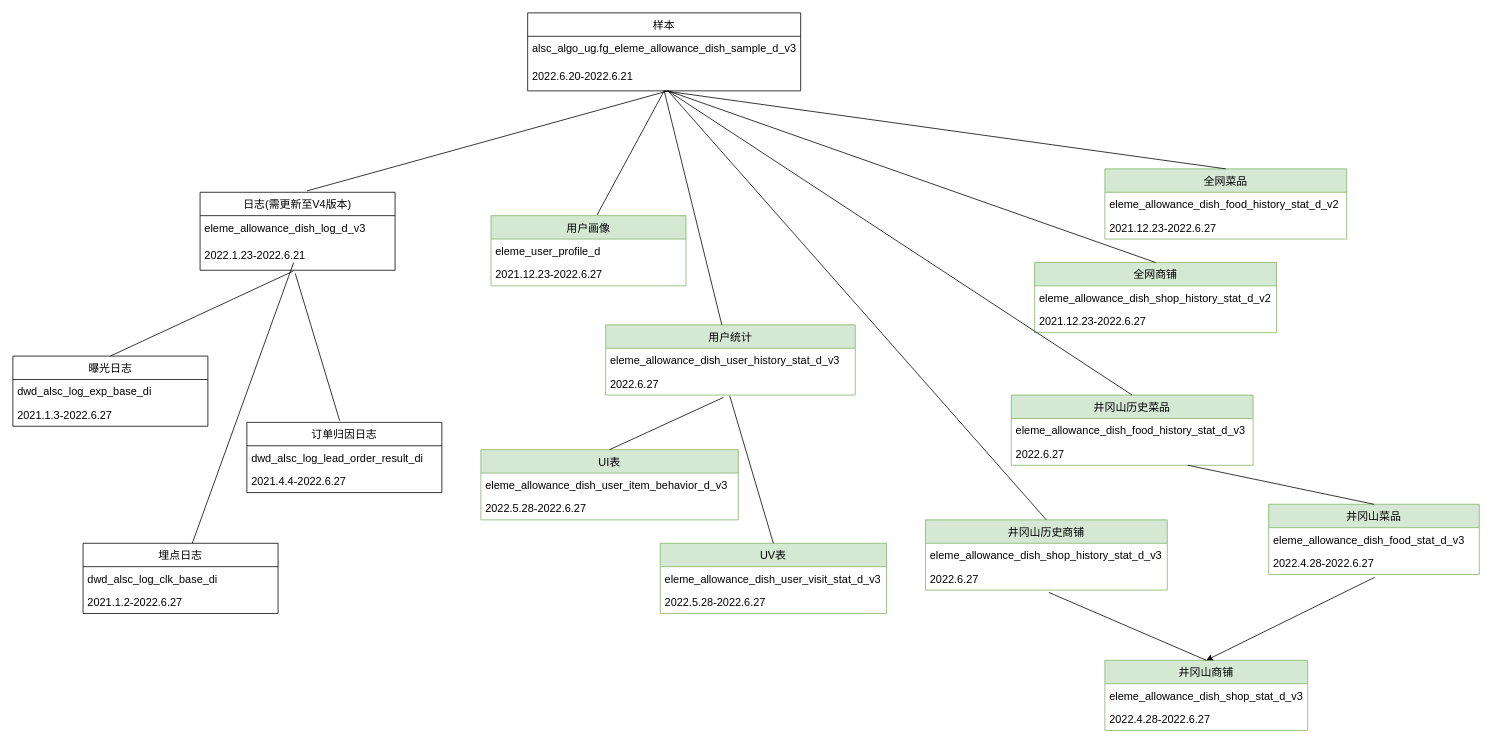
Xiaohu-D/- keeps this draw.io diagram as 链路更新.drawio. Above is the earlier version. Source tidied: cells renumbered, new cells numbered last; positions are measured from the earlier drawing's top-left corner, leaving out a move shared by most shapes. Both pictures are drawn from the tidied source at 78%, with x=0, y=0 at pixel (12, 12).
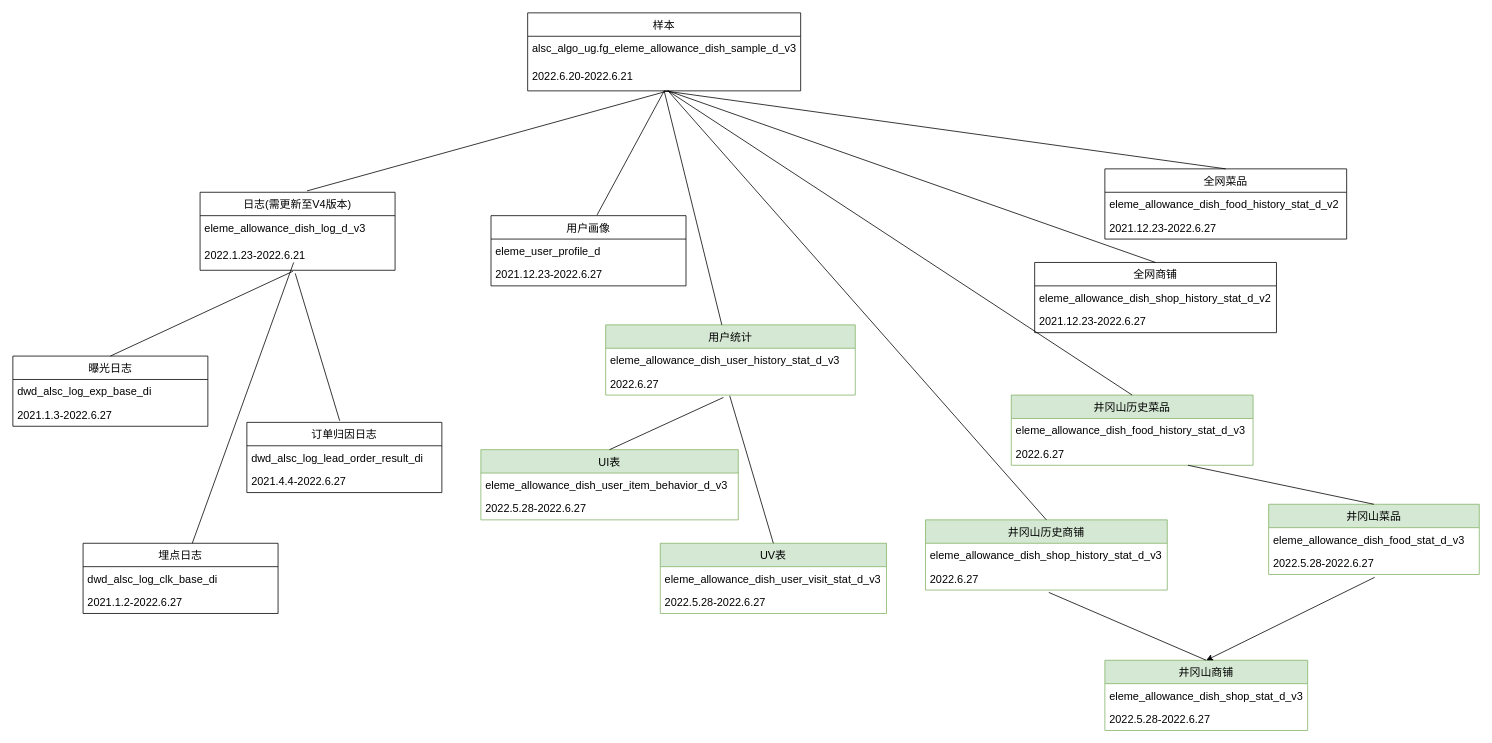
The same page after the edit.

Unchanged cells that the change refers to:
```xml
<mxCell id="50" value="井冈山菜品" style="swimlane;fontStyle=0;horizontal=1;startSize=30;fontSize=14;fillColor=#d5e8d4;strokeColor=#82b366;" parent="1" vertex="1">
  <mxGeometry x="1610" y="630" width="270" height="90" as="geometry" />
</mxCell>
<mxCell id="53" value="井冈山商铺" style="swimlane;fontStyle=0;horizontal=1;startSize=30;fontSize=14;fillColor=#d5e8d4;strokeColor=#82b366;" parent="1" vertex="1">
  <mxGeometry x="1400" y="830" width="260" height="90" as="geometry" />
</mxCell>
```

The edit, as a diff of the source:
```diff
@@
-    <mxCell id="22" value="用户画像" style="swimlane;fontStyle=0;horizontal=1;startSize=30;fontSize=14;fillColor=#d5e8d4;strokeColor=#82b366;" parent="1" vertex="1">
+    <mxCell id="22" value="用户画像" style="swimlane;fontStyle=0;horizontal=1;startSize=30;fontSize=14;" parent="1" vertex="1">
       <mxGeometry x="613" y="260" width="250" height="90" as="geometry" />
     </mxCell>
@@
-    <mxCell id="40" value="全网菜品" style="swimlane;fontStyle=0;horizontal=1;startSize=30;fontSize=14;fillColor=#d5e8d4;strokeColor=#82b366;" parent="1" vertex="1">
+    <mxCell id="40" value="全网菜品" style="swimlane;fontStyle=0;horizontal=1;startSize=30;fontSize=14;" parent="1" vertex="1">
       <mxGeometry x="1400" y="200" width="310" height="90" as="geometry" />
     </mxCell>
@@
-    <mxCell id="43" value="全网商铺" style="swimlane;fontStyle=0;horizontal=1;startSize=30;fontSize=14;fillColor=#d5e8d4;strokeColor=#82b366;" parent="1" vertex="1">
+    <mxCell id="43" value="全网商铺" style="swimlane;fontStyle=0;horizontal=1;startSize=30;fontSize=14;" parent="1" vertex="1">
       <mxGeometry x="1310" y="320" width="310" height="90" as="geometry" />
     </mxCell>
-    <mxCell id="44" value="eleme_allowance_dish_shop_history_stat_d_v2" style="text;strokeColor=none;fillColor=none;align=left;verticalAlign=middle;spacingLeft=4;spacingRight=4;overflow=hidden;fontSize=14;" parent="43" vertex="1">
+    <mxCell id="44" value="eleme_allowance_dish_shop_history_stat_d_v2" style="text;align=left;verticalAlign=middle;spacingLeft=4;spacingRight=4;overflow=hidden;fontSize=14;" parent="43" vertex="1">
       <mxGeometry y="30" width="310" height="30" as="geometry" />
     </mxCell>
@@
-    <mxCell id="52" value="2022.4.28-2022.6.27" style="text;strokeColor=none;fillColor=none;align=left;verticalAlign=middle;spacingLeft=4;spacingRight=4;overflow=hidden;points=[[0,0.5],[1,0.5]];portConstraint=eastwest;fontSize=14;" parent="50" vertex="1">
+    <mxCell id="52" value="2022.5.28-2022.6.27" style="text;strokeColor=none;fillColor=none;align=left;verticalAlign=middle;spacingLeft=4;spacingRight=4;overflow=hidden;points=[[0,0.5],[1,0.5]];portConstraint=eastwest;fontSize=14;" parent="50" vertex="1">
       <mxGeometry y="60" width="270" height="30" as="geometry" />
     </mxCell>
@@
-    <mxCell id="55" value="2022.4.28-2022.6.27" style="text;strokeColor=none;fillColor=none;align=left;verticalAlign=middle;spacingLeft=4;spacingRight=4;overflow=hidden;fontSize=14;" parent="53" vertex="1">
+    <mxCell id="55" value="2022.5.28-2022.6.27" style="text;strokeColor=none;fillColor=none;align=left;verticalAlign=middle;spacingLeft=4;spacingRight=4;overflow=hidden;fontSize=14;" parent="53" vertex="1">
       <mxGeometry y="60" width="260" height="30" as="geometry" />
     </mxCell>
```
